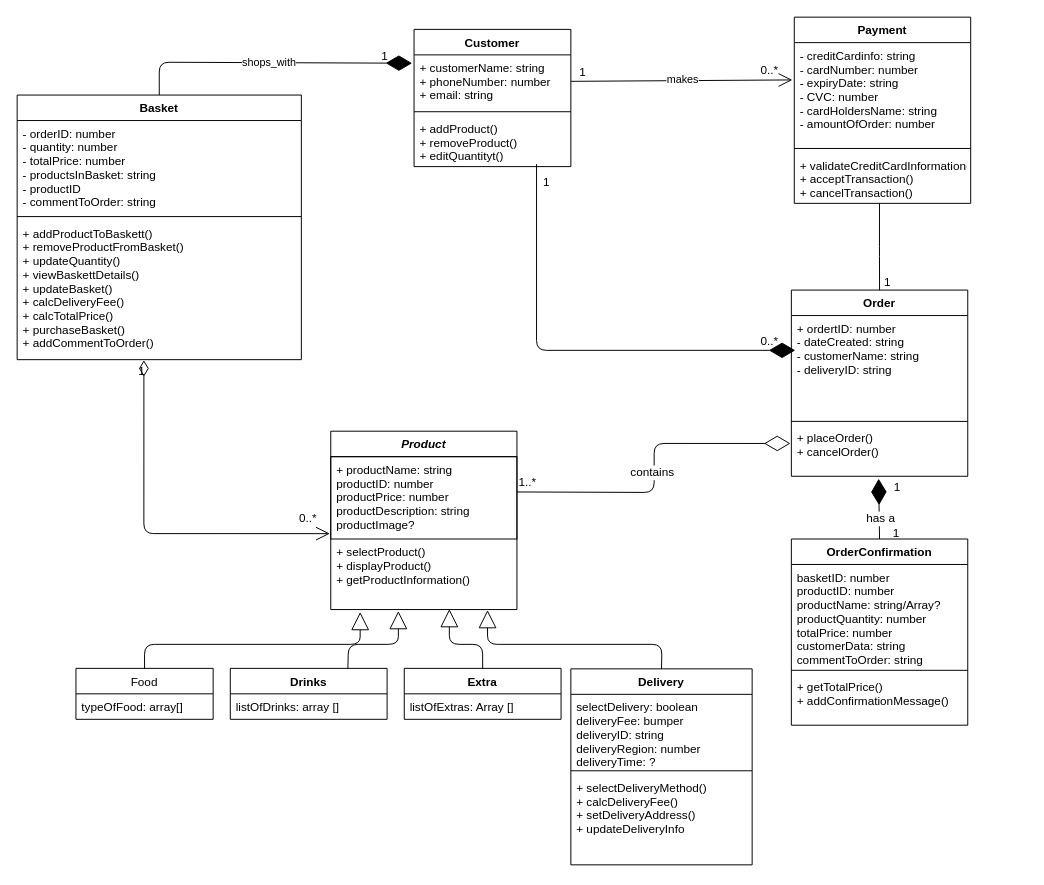
akpe19ab/Sloth-Systems keeps this draw.io diagram as Untitled Diagram.drawio. Above is the earlier version. Source tidied: cells renumbered, new cells numbered last; positions are measured from the earlier drawing's top-left corner, leaving out a move shared by most shapes. Both pictures are drawn from the tidied source at 98%, with x=0, y=0 at pixel (17, 17).
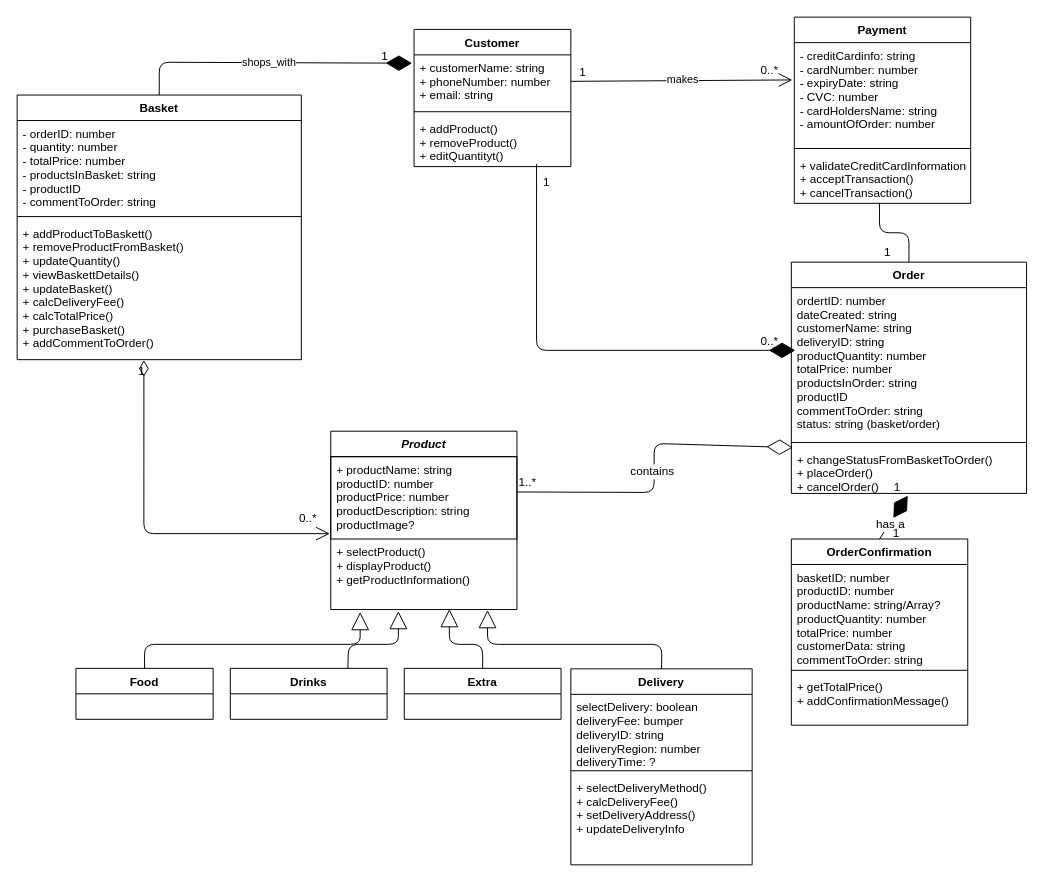
The same diagram, later.

Unchanged cells that the change refers to:
```xml
<mxCell id="13" value="Drinks" style="swimlane;fontStyle=1;align=center;verticalAlign=top;horizontal=1;startSize=26;" parent="1" vertex="1">
  <mxGeometry x="217.5" y="664.5" width="160" height="52" as="geometry" />
</mxCell>
<mxCell id="15" value="Extra" style="swimlane;fontStyle=1;align=center;verticalAlign=top;horizontal=1;startSize=26;" parent="1" vertex="1">
  <mxGeometry x="395" y="664.5" width="160" height="52" as="geometry" />
</mxCell>
```

Diff of the diagram source:
```diff
@@
-    <mxCell id="14" value="listOfDrinks: array []" style="text;strokeColor=none;fillColor=none;align=left;verticalAlign=top;spacingLeft=4;spacingRight=4;overflow=hidden;" parent="13" vertex="1">
-      <mxGeometry y="26" width="160" height="26" as="geometry" />
-    </mxCell>
@@
-    <mxCell id="16" value="listOfExtras: Array []" style="text;strokeColor=none;fillColor=none;align=left;verticalAlign=top;spacingLeft=4;spacingRight=4;overflow=hidden;" parent="15" vertex="1">
-      <mxGeometry y="26" width="160" height="26" as="geometry" />
-    </mxCell>
@@
-    <mxCell id="22" value="Food" style="swimlane;fontStyle=0;horizontal=1;startSize=26;fillColor=none;" parent="1" vertex="1">
+    <mxCell id="22" value="Food" style="swimlane;fontStyle=1;horizontal=1;startSize=26;fillColor=none;" parent="1" vertex="1">
       <mxGeometry x="60" y="664.5" width="140" height="52" as="geometry" />
     </mxCell>
-    <mxCell id="23" value="typeOfFood: array[]" style="text;strokeColor=none;fillColor=none;align=left;verticalAlign=top;spacingLeft=4;spacingRight=4;overflow=hidden;" parent="22" vertex="1">
-      <mxGeometry y="26" width="140" height="26" as="geometry" />
-    </mxCell>
     <mxCell id="24" value="Order" style="swimlane;fontStyle=1;align=center;verticalAlign=top;horizontal=1;startSize=26;strokeColor=#000000;" parent="1" vertex="1">
-      <mxGeometry x="790" y="278.5" width="180" height="190" as="geometry" />
+      <mxGeometry x="790" y="250" width="240" height="236" as="geometry" />
     </mxCell>
-    <mxCell id="25" value="+ ordertID: number&#10;- dateCreated: string&#10;- customerName: string&#10;- deliveryID: string" style="text;strokeColor=none;fillColor=none;align=left;verticalAlign=top;spacingLeft=4;spacingRight=4;overflow=hidden;" parent="24" vertex="1">
-      <mxGeometry y="26" width="180" height="104" as="geometry" />
+    <mxCell id="25" value="ordertID: number&#10;dateCreated: string&#10;customerName: string&#10;deliveryID: string&#10;productQuantity: number&#10;totalPrice: number&#10;productsInOrder: string&#10;productID&#10;commentToOrder: string&#10;status: string (basket/order)&#10;" style="text;strokeColor=none;fillColor=none;align=left;verticalAlign=top;spacingLeft=4;spacingRight=4;overflow=hidden;" parent="24" vertex="1">
+      <mxGeometry y="26" width="240" height="154" as="geometry" />
     </mxCell>
     <mxCell id="26" style="line;strokeWidth=1;fillColor=none;align=left;verticalAlign=middle;spacingTop=-1;spacingLeft=3;spacingRight=3;labelPosition=right;" parent="24" vertex="1">
-      <mxGeometry y="130" width="180" height="8" as="geometry" />
+      <mxGeometry y="180" width="240" height="8" as="geometry" />
     </mxCell>
-    <mxCell id="27" value="+ placeOrder()&#10;+ cancelOrder()" style="text;strokeColor=none;fillColor=none;align=left;verticalAlign=top;spacingLeft=4;spacingRight=4;overflow=hidden;points=[[0,0.5],[1,0.5]];portConstraint=eastwest;" parent="24" vertex="1">
-      <mxGeometry y="138" width="180" height="52" as="geometry" />
+    <mxCell id="27" value="+ changeStatusFromBasketToOrder()&#10;+ placeOrder()&#10;+ cancelOrder()" style="text;strokeColor=none;fillColor=none;align=left;verticalAlign=top;spacingLeft=4;spacingRight=4;overflow=hidden;points=[[0,0.5],[1,0.5]];portConstraint=eastwest;" parent="24" vertex="1">
+      <mxGeometry y="188" width="240" height="48" as="geometry" />
     </mxCell>
@@
     <mxCell id="46" value="1" style="text;html=1;align=left;verticalAlign=top;spacingTop=-4;" parent="1" vertex="1">
-      <mxGeometry x="883" y="261" width="20" height="10" as="geometry" />
+      <mxGeometry x="883" y="230" width="20" height="10" as="geometry" />
     </mxCell>
@@
-    <mxCell id="51" style="endArrow=diamondThin;endFill=0;endSize=24;html=1;entryX=-0.005;entryY=0.356;entryDx=0;entryDy=0;entryPerimeter=0;" parent="1" edge="1" target="27">
+    <mxCell id="51" style="endArrow=diamondThin;endFill=0;endSize=24;html=1;entryX=0.006;entryY=0.025;entryDx=0;entryDy=0;entryPerimeter=0;" parent="1" edge="1" target="27">
       <mxGeometry relative="1" as="geometry">
         <mxPoint x="510" y="484.5" as="sourcePoint" />
         <Array as="points">
           <mxPoint x="650" y="485" />
           <mxPoint x="650" y="435" />
         </Array>
       </mxGeometry>
     </mxCell>
```
